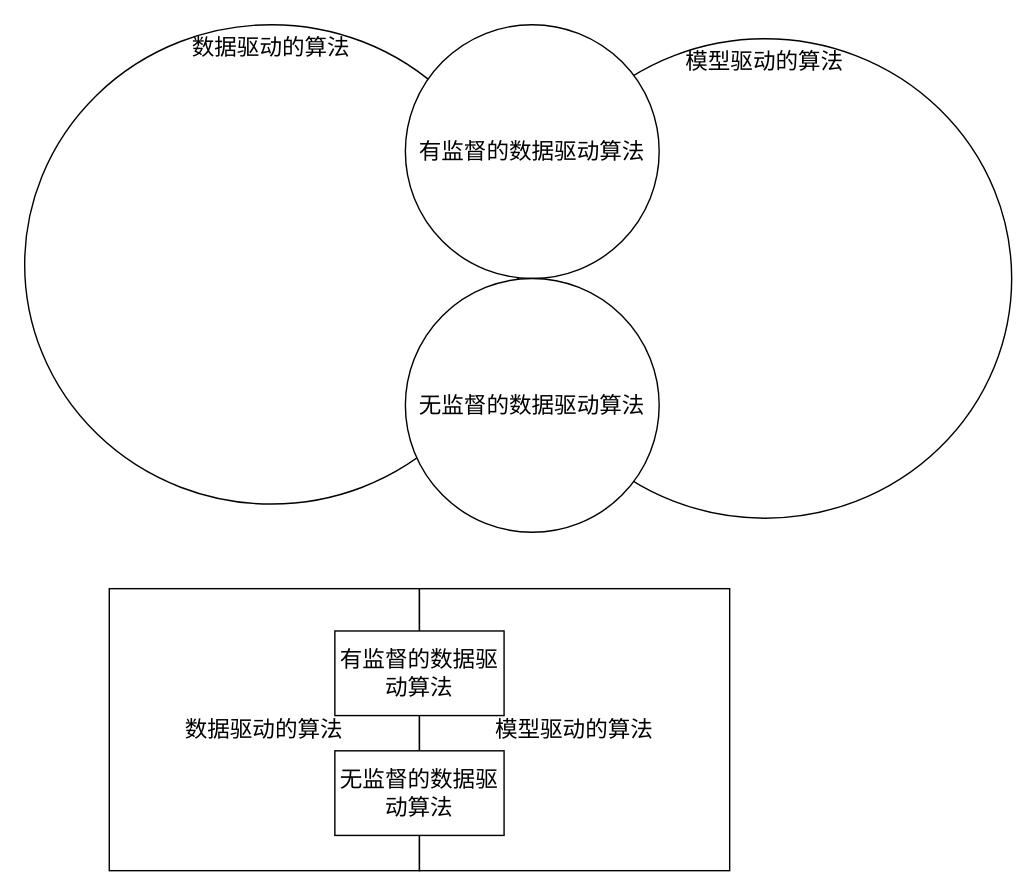
weTerence/forOnlineDrawio keeps this draw.io diagram as 未命名绘图.drawio. Above is the earlier version. Source tidied: cells renumbered, new cells numbered last; positions are measured from the earlier drawing's top-left corner, leaving out a move shared by most shapes. Both pictures are drawn from the tidied source at 141%, with x=0, y=0 at pixel (24, 24).
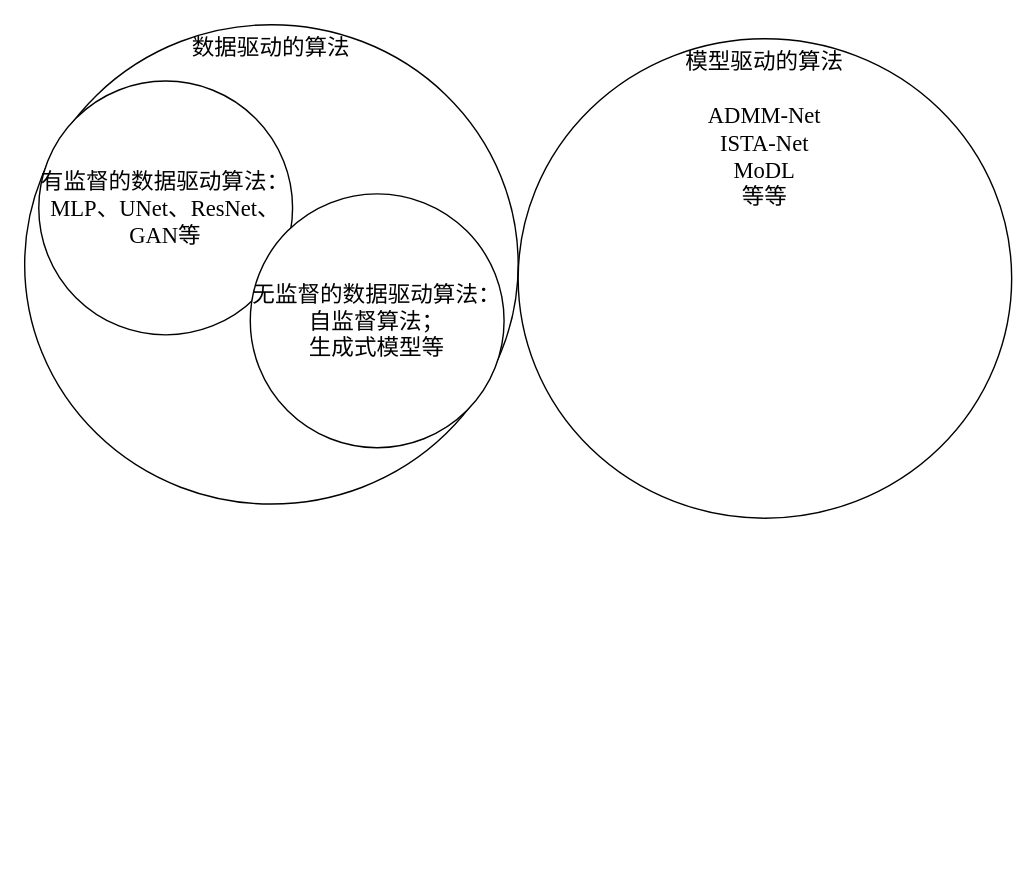
The same diagram, later.

Commit message (it also covers changes not shown here):
更新未命名绘图.drawio

What changed in the source:
```diff
@@
 <mxGraphModel>
   <root>
     <mxCell id="0" />
     <mxCell id="1" parent="0" />
     <mxCell id="2" value="数据驱动的算法" style="ellipse;whiteSpace=wrap;html=1;verticalAlign=top;fontSize=16;fontFamily=Times New Roman;" parent="1" vertex="1">
       <mxGeometry width="350" height="340" as="geometry" />
     </mxCell>
-    <mxCell id="3" value="模型驱动的算法" style="ellipse;whiteSpace=wrap;html=1;verticalAlign=top;fontSize=16;fontFamily=Times New Roman;" parent="1" vertex="1">
+    <mxCell id="3" value="模型驱动的算法&lt;br&gt;&lt;br&gt;ADMM-Net&lt;br&gt;ISTA-Net&lt;br&gt;MoDL&lt;br&gt;等等" style="ellipse;whiteSpace=wrap;html=1;verticalAlign=top;fontSize=16;fontFamily=Times New Roman;" parent="1" vertex="1">
       <mxGeometry x="350" y="10" width="350" height="340" as="geometry" />
     </mxCell>
-    <mxCell id="4" value="有监督的数据驱动算法" style="ellipse;whiteSpace=wrap;html=1;fontSize=16;fontFamily=Times New Roman;" parent="1" vertex="1">
-      <mxGeometry x="270" width="180" height="180" as="geometry" />
+    <mxCell id="4" value="有监督的数据驱动算法：&lt;br&gt;MLP、UNet、ResNet、GAN等" style="ellipse;whiteSpace=wrap;html=1;fontSize=16;fontFamily=Times New Roman;" parent="1" vertex="1">
+      <mxGeometry x="10" y="40" width="180" height="180" as="geometry" />
     </mxCell>
-    <mxCell id="5" value="无监督的数据驱动算法" style="ellipse;whiteSpace=wrap;html=1;fontSize=16;fontFamily=Times New Roman;" parent="1" vertex="1">
-      <mxGeometry x="270" y="180" width="180" height="180" as="geometry" />
+    <mxCell id="5" value="无监督的数据驱动算法：&lt;br&gt;自监督算法；&lt;br&gt;生成式模型等" style="ellipse;whiteSpace=wrap;html=1;fontSize=16;fontFamily=Times New Roman;align=center;" parent="1" vertex="1">
+      <mxGeometry x="160" y="120" width="180" height="180" as="geometry" />
     </mxCell>
-    <mxCell id="6" value="数据驱动的算法" style="rounded=0;whiteSpace=wrap;html=1;fontFamily=Times New Roman;fontSize=16;verticalAlign=middle;" parent="1" vertex="1">
-      <mxGeometry x="60" y="400" width="220" height="200" as="geometry" />
-    </mxCell>
-    <mxCell id="7" value="模型驱动的算法" style="rounded=0;whiteSpace=wrap;html=1;fontFamily=Times New Roman;fontSize=16;verticalAlign=middle;" parent="1" vertex="1">
-      <mxGeometry x="280" y="400" width="220" height="200" as="geometry" />
-    </mxCell>
-    <mxCell id="8" value="有监督的数据驱动算法" style="rounded=0;whiteSpace=wrap;html=1;fontFamily=Times New Roman;fontSize=16;" parent="1" vertex="1">
-      <mxGeometry x="220" y="430" width="120" height="60" as="geometry" />
-    </mxCell>
-    <mxCell id="9" value="无监督的数据驱动算法" style="rounded=0;whiteSpace=wrap;html=1;fontFamily=Times New Roman;fontSize=16;" parent="1" vertex="1">
-      <mxGeometry x="220" y="515" width="120" height="60" as="geometry" />
-    </mxCell>
   </root>
 </mxGraphModel>
```
